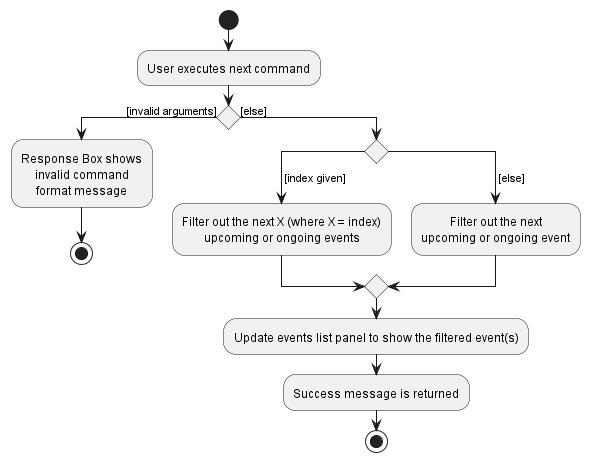
Above: docs/images/NextCommandActivityDiagram.png in nus-cs2103-AY2223S2/tp (PlantUML), before the change. The source it was exported from:
```plantuml
@startuml
skinparam defaultTextAlignment center
start
:User executes next command;


if () then ([invalid arguments])
    :Response Box shows
    invalid command
    format message;
stop
else ([else])
switch ()
case ( [index given])
    :Filter out the next X (where X = index)
    upcoming or ongoing events;
case ( [else])
    :Filter out the next
    upcoming or ongoing event;

endswitch
:Update events list panel to show the filtered event(s);
:Success message is returned;
stop
@enduml
```
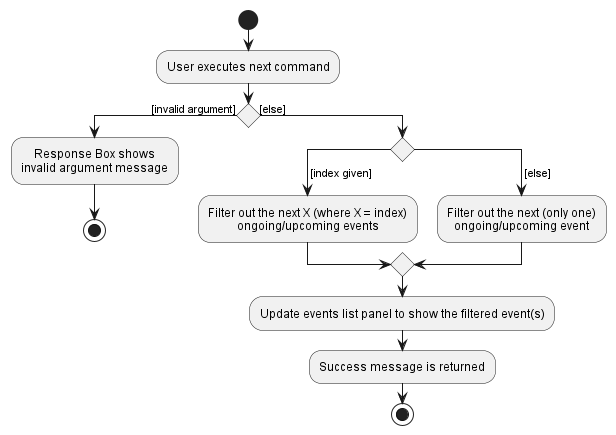
Above is the later version.

Commit message:
DG: update next command content + activity diagram

The edit, as a diff of the source:
```diff
@@ -4,19 +4,18 @@
 :User executes next command;
 
 
-if () then ([invalid arguments])
+if () then ([invalid argument])
     :Response Box shows
-    invalid command
-    format message;
+    invalid argument message;
 stop
 else ([else])
 switch ()
 case ( [index given])
     :Filter out the next X (where X = index)
-    upcoming or ongoing events;
+    ongoing/upcoming events;
 case ( [else])
-    :Filter out the next
-    upcoming or ongoing event;
+    :Filter out the next (only one)
+    ongoing/upcoming event;
 
 endswitch
 :Update events list panel to show the filtered event(s);
```
